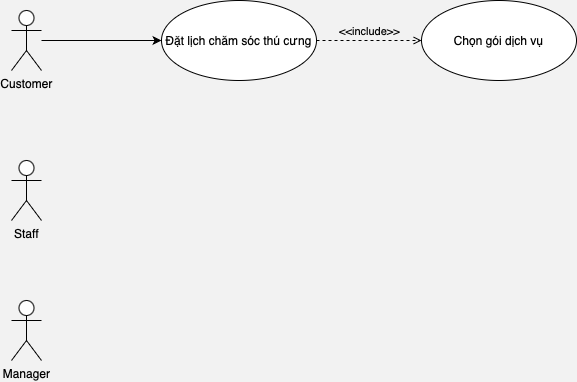
The draw.io diagram use_case_diagram.drawio.png in blueonline07/auth-demo, before a commit. Source tidied: cells renumbered, new cells last; positions are measured from the earlier drawing's top-left corner, leaving out a move shared by most shapes.
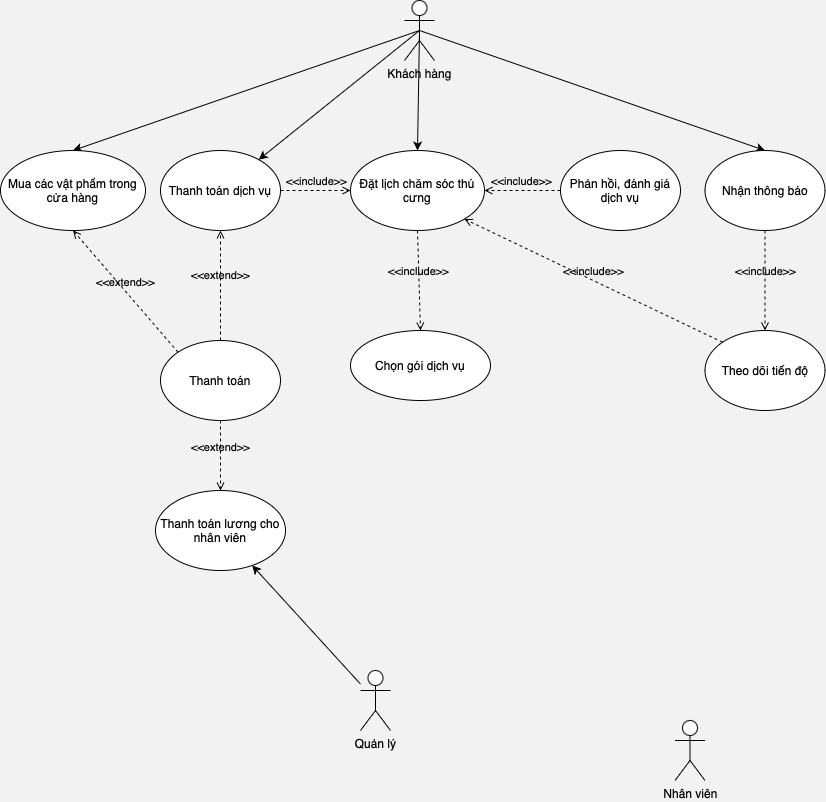
Later version of the same file.

Diff of the diagram source:
```diff
@@ -2,26 +2,80 @@
   <root>
     <mxCell id="0" />
     <mxCell id="1" parent="0" />
+    <mxCell id="9" style="rounded=0;jettySize=auto;html=1;entryX=0.5;entryY=0;entryDx=0;entryDy=0;exitX=0.5;exitY=0.5;exitDx=0;exitDy=0;exitPerimeter=0;" parent="1" edge="1" source="3" target="14">
+      <mxGeometry relative="1" as="geometry" />
+    </mxCell>
+    <mxCell id="10" style="rounded=0;jettySize=auto;html=1;entryX=0.5;entryY=0;entryDx=0;entryDy=0;exitX=0.5;exitY=0.5;exitDx=0;exitDy=0;exitPerimeter=0;" parent="1" edge="1" source="3" target="15">
+      <mxGeometry relative="1" as="geometry" />
+    </mxCell>
+    <mxCell id="11" style="rounded=0;jettySize=auto;html=1;exitX=0.5;exitY=0.5;exitDx=0;exitDy=0;exitPerimeter=0;" parent="1" edge="1" source="3" target="16">
+      <mxGeometry relative="1" as="geometry" />
+    </mxCell>
-    <mxCell id="2" style="rounded=0;jettySize=auto;html=1;" parent="1" edge="1" source="3" target="6">
+    <mxCell id="2" style="rounded=0;jettySize=auto;html=1;exitX=0.5;exitY=0.5;exitDx=0;exitDy=0;exitPerimeter=0;entryX=0.5;entryY=0;entryDx=0;entryDy=0;" parent="1" edge="1" source="3" target="6">
       <mxGeometry relative="1" as="geometry" />
     </mxCell>
-    <mxCell id="3" value="Customer" style="shape=umlActor;verticalLabelPosition=bottom;verticalAlign=top;html=1;outlineConnect=0;" parent="1" vertex="1">
-      <mxGeometry y="10" width="30" height="60" as="geometry" />
+    <mxCell id="3" value="Khách hàng" style="shape=umlActor;verticalLabelPosition=bottom;verticalAlign=top;html=1;outlineConnect=0;" parent="1" vertex="1">
+      <mxGeometry x="234" y="-150" width="30" height="60" as="geometry" />
     </mxCell>
-    <mxCell id="4" value="Staff" style="shape=umlActor;verticalLabelPosition=bottom;verticalAlign=top;html=1;" parent="1" vertex="1">
-      <mxGeometry y="160" width="30" height="60" as="geometry" />
+    <mxCell id="4" value="Nhân viên" style="shape=umlActor;verticalLabelPosition=bottom;verticalAlign=top;html=1;" parent="1" vertex="1">
+      <mxGeometry x="504.5" y="570" width="30" height="60" as="geometry" />
     </mxCell>
+    <mxCell id="12" style="rounded=0;jettySize=auto;html=1;" parent="1" edge="1" source="5" target="20">
+      <mxGeometry relative="1" as="geometry" />
+    </mxCell>
-    <mxCell id="5" value="Manager" style="shape=umlActor;verticalLabelPosition=bottom;verticalAlign=top;html=1;outlineConnect=0;" parent="1" vertex="1">
-      <mxGeometry y="300" width="30" height="60" as="geometry" />
+    <mxCell id="5" value="Quản lý" style="shape=umlActor;verticalLabelPosition=bottom;verticalAlign=top;html=1;outlineConnect=0;" parent="1" vertex="1">
+      <mxGeometry x="190" y="520" width="30" height="60" as="geometry" />
     </mxCell>
     <mxCell id="6" value="Đặt lịch chăm sóc thú cưng" style="ellipse;whiteSpace=wrap;html=1;verticalAlign=middle;" parent="1" vertex="1">
-      <mxGeometry x="150" width="155" height="80" as="geometry" />
+      <mxGeometry x="180" width="134" height="80" as="geometry" />
     </mxCell>
     <mxCell id="7" value="Chọn gói dịch vụ" style="ellipse;whiteSpace=wrap;html=1;verticalAlign=middle;" parent="1" vertex="1">
-      <mxGeometry x="410" width="155" height="80" as="geometry" />
+      <mxGeometry x="180" y="180" width="140" height="70" as="geometry" />
     </mxCell>
-    <mxCell id="8" value="&amp;lt;&amp;lt;include&amp;gt;&amp;gt;" style="html=1;verticalAlign=bottom;labelBackgroundColor=none;endArrow=open;endFill=0;dashed=1;rounded=0;entryX=0;entryY=0.5;entryDx=0;entryDy=0;exitX=1;exitY=0.5;exitDx=0;exitDy=0;" parent="1" edge="1" source="6" target="7">
+    <mxCell id="8" value="&amp;lt;&amp;lt;include&amp;gt;&amp;gt;" style="html=1;verticalAlign=bottom;labelBackgroundColor=none;endArrow=open;endFill=0;dashed=1;rounded=0;exitX=0.5;exitY=1;exitDx=0;exitDy=0;entryX=0.5;entryY=0;entryDx=0;entryDy=0;" parent="1" edge="1" source="6" target="7">
       <mxGeometry relative="1" as="geometry" />
     </mxCell>
+    <mxCell id="13" value="Theo dõi tiến độ" style="ellipse;whiteSpace=wrap;html=1;" parent="1" vertex="1">
+      <mxGeometry x="534.5" y="180" width="120" height="80" as="geometry" />
+    </mxCell>
+    <mxCell id="14" value="Nhận thông báo" style="ellipse;whiteSpace=wrap;html=1;verticalAlign=middle;" parent="1" vertex="1">
+      <mxGeometry x="534.5" width="120" height="80" as="geometry" />
+    </mxCell>
+    <mxCell id="15" value="Mua các vật phẩm trong cửa hàng" style="ellipse;whiteSpace=wrap;html=1;verticalAlign=middle;" parent="1" vertex="1">
+      <mxGeometry x="-170" width="145" height="80" as="geometry" />
+    </mxCell>
+    <mxCell id="16" value="Thanh toán dịch vụ" style="ellipse;whiteSpace=wrap;html=1;" parent="1" vertex="1">
+      <mxGeometry x="-10" width="120" height="80" as="geometry" />
+    </mxCell>
+    <mxCell id="17" value="Thanh toán" style="ellipse;whiteSpace=wrap;html=1;" parent="1" vertex="1">
+      <mxGeometry x="-10" y="190" width="120" height="80" as="geometry" />
+    </mxCell>
+    <mxCell id="18" value="&amp;lt;&amp;lt;extend&amp;gt;&amp;gt;" style="html=1;verticalAlign=bottom;labelBackgroundColor=none;endArrow=open;endFill=0;dashed=1;rounded=0;entryX=0.5;entryY=1;entryDx=0;entryDy=0;exitX=0.5;exitY=0;exitDx=0;exitDy=0;" parent="1" edge="1" source="17" target="16">
+      <mxGeometry relative="1" as="geometry" />
+    </mxCell>
+    <mxCell id="19" value="&amp;lt;&amp;lt;extend&amp;gt;&amp;gt;" style="html=1;verticalAlign=bottom;labelBackgroundColor=none;endArrow=open;endFill=0;dashed=1;rounded=0;entryX=0.5;entryY=1;entryDx=0;entryDy=0;exitX=0;exitY=0;exitDx=0;exitDy=0;" parent="1" edge="1" source="17" target="15">
+      <mxGeometry relative="1" as="geometry" />
+    </mxCell>
+    <mxCell id="20" value="Thanh toán lương cho nhân viên" style="ellipse;whiteSpace=wrap;html=1;verticalAlign=middle;" parent="1" vertex="1">
+      <mxGeometry x="-15" y="340" width="130" height="80" as="geometry" />
+    </mxCell>
+    <mxCell id="21" value="&amp;lt;&amp;lt;extend&amp;gt;&amp;gt;" style="html=1;verticalAlign=bottom;labelBackgroundColor=none;endArrow=open;endFill=0;dashed=1;rounded=0;entryX=0.5;entryY=0;entryDx=0;entryDy=0;exitX=0.5;exitY=1;exitDx=0;exitDy=0;" parent="1" edge="1" source="17" target="20">
+      <mxGeometry relative="1" as="geometry" />
+    </mxCell>
+    <mxCell id="22" value="&amp;lt;&amp;lt;include&amp;gt;&amp;gt;" style="html=1;verticalAlign=bottom;labelBackgroundColor=none;endArrow=open;endFill=0;dashed=1;rounded=0;exitX=0;exitY=0.5;exitDx=0;exitDy=0;entryX=1;entryY=0.5;entryDx=0;entryDy=0;" parent="1" edge="1" source="23" target="6">
+      <mxGeometry relative="1" as="geometry" />
+    </mxCell>
+    <mxCell id="23" value="Phản hồi, đánh giá dịch vụ" style="ellipse;whiteSpace=wrap;html=1;" parent="1" vertex="1">
+      <mxGeometry x="390" width="120" height="80" as="geometry" />
+    </mxCell>
+    <mxCell id="24" value="&amp;lt;&amp;lt;include&amp;gt;&amp;gt;" style="html=1;verticalAlign=bottom;labelBackgroundColor=none;endArrow=open;endFill=0;dashed=1;rounded=0;exitX=0.5;exitY=1;exitDx=0;exitDy=0;entryX=0.5;entryY=0;entryDx=0;entryDy=0;" parent="1" edge="1" source="14" target="13">
+      <mxGeometry relative="1" as="geometry" />
+    </mxCell>
+    <mxCell id="25" value="&amp;lt;&amp;lt;include&amp;gt;&amp;gt;" style="html=1;verticalAlign=bottom;labelBackgroundColor=none;endArrow=open;endFill=0;dashed=1;rounded=0;exitX=0;exitY=0;exitDx=0;exitDy=0;entryX=1;entryY=1;entryDx=0;entryDy=0;" parent="1" edge="1" source="13" target="6">
+      <mxGeometry relative="1" as="geometry" />
+    </mxCell>
+    <mxCell id="26" value="&amp;lt;&amp;lt;include&amp;gt;&amp;gt;" style="html=1;verticalAlign=bottom;labelBackgroundColor=none;endArrow=open;endFill=0;dashed=1;rounded=0;exitX=1;exitY=0.5;exitDx=0;exitDy=0;entryX=0;entryY=0.5;entryDx=0;entryDy=0;" parent="1" edge="1" source="16" target="6">
+      <mxGeometry relative="1" as="geometry" />
+    </mxCell>
   </root>
 </mxGraphModel>
```
